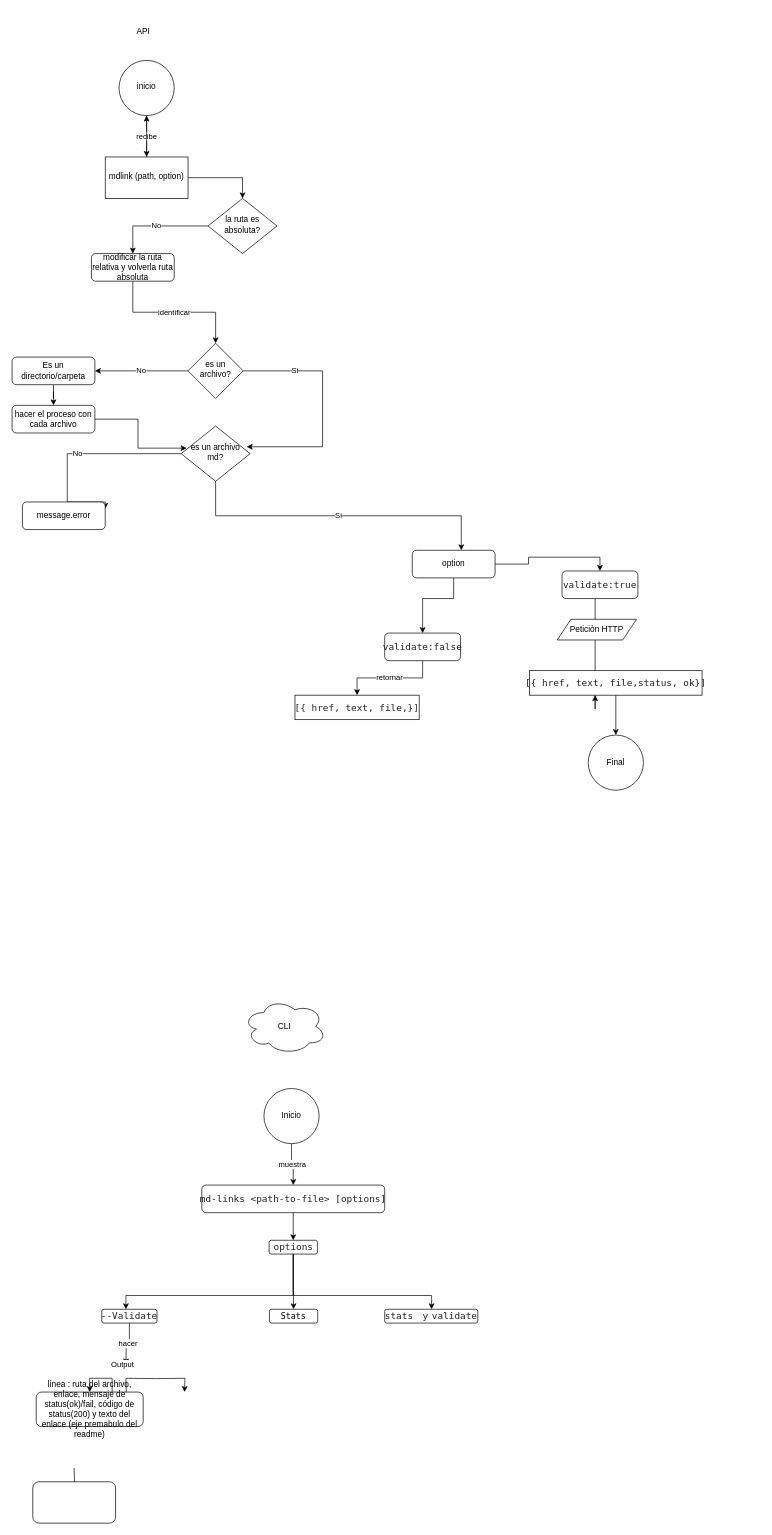
This is Diagrama sin título.drawio from Lady9696/DEV004-md-links, a draw.io file, before an edit. Source tidied: cells renumbered, new cells numbered last; positions are measured from the earlier drawing's top-left corner, leaving out a move shared by most shapes. Both pictures are drawn from the tidied source at 69%, with x=0, y=0 at pixel (12, 12).
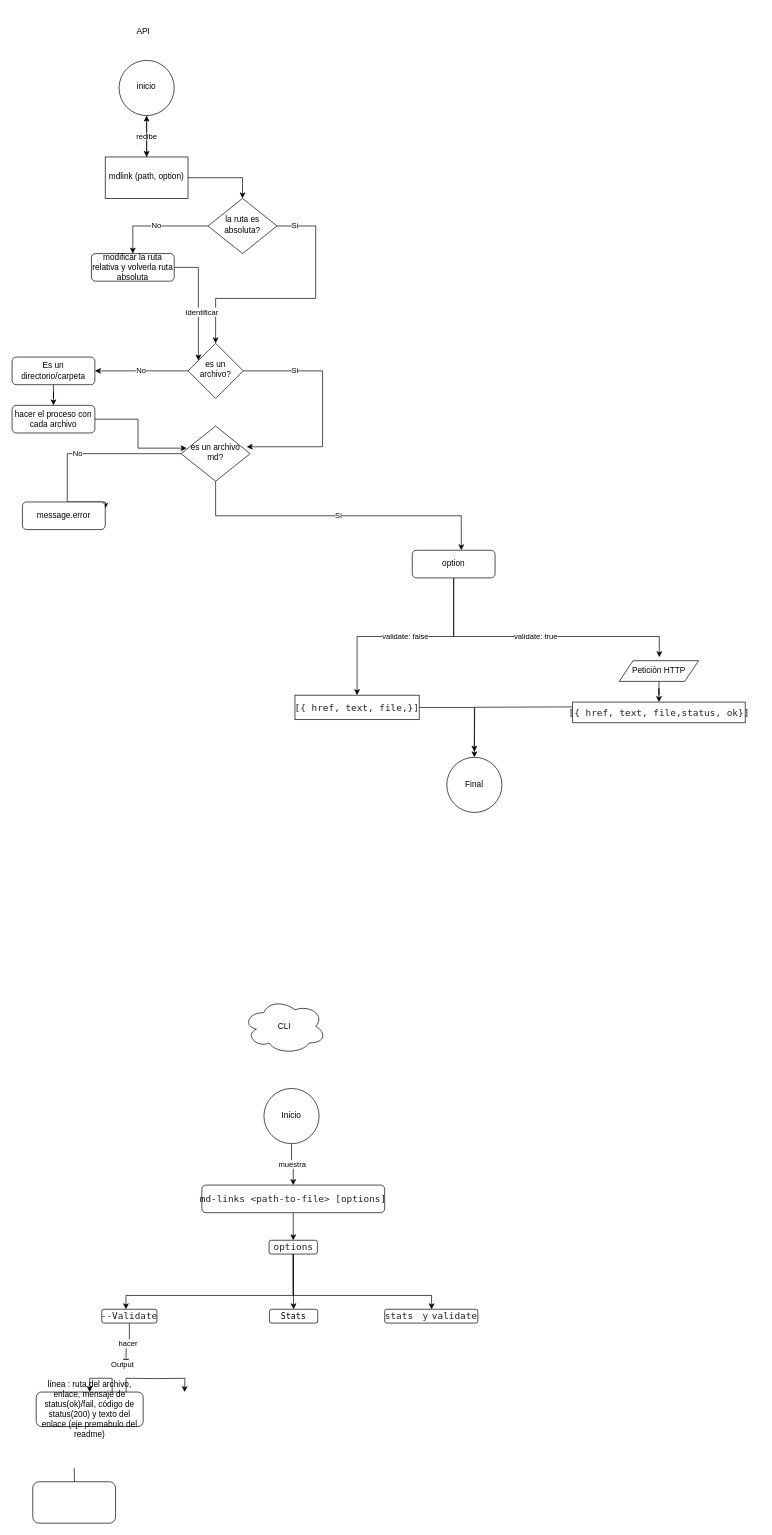
After the change.

Unchanged cells that the change refers to:
```xml
<mxCell id="7" value="la ruta es absoluta?" style="rhombus;whiteSpace=wrap;html=1;shadow=0;fontFamily=Helvetica;fontSize=12;align=center;strokeWidth=1;spacing=6;spacingTop=-4;" parent="1" vertex="1">
  <mxGeometry x="284" y="270" width="100" height="80" as="geometry" />
</mxCell>
<mxCell id="16" value="option" style="rounded=1;whiteSpace=wrap;html=1;fontSize=12;glass=0;strokeWidth=1;shadow=0;" parent="1" vertex="1">
  <mxGeometry x="580" y="780" width="120" height="40" as="geometry" />
</mxCell>
<mxCell id="23" value="es un archivo?" style="rhombus;whiteSpace=wrap;html=1;shadow=0;strokeWidth=1;spacing=6;spacingTop=-4;" parent="1" vertex="1">
  <mxGeometry x="255" y="480" width="80" height="80" as="geometry" />
</mxCell>
<mxCell id="28" value="modificar la ruta relativa y volverla ruta absoluta" style="rounded=1;whiteSpace=wrap;html=1;fontSize=12;glass=0;strokeWidth=1;shadow=0;" parent="1" vertex="1">
  <mxGeometry x="115" y="350" width="120" height="40" as="geometry" />
</mxCell>
<mxCell id="29" value="&lt;pre style=&quot;box-sizing: border-box; font-family: ui-monospace, SFMono-Regular, &amp;quot;SF Mono&amp;quot;, Menlo, Consolas, &amp;quot;Liberation Mono&amp;quot;, monospace; font-size: 13.6px; margin-top: 0px; margin-bottom: 0px; overflow-wrap: normal; padding: 16px; overflow: auto; line-height: 1.45; color: rgb(31, 35, 40); background-color: var(--color-canvas-subtle); border-radius: 6px; word-break: normal; text-align: start;&quot;&gt;[{ href, text, file,}]&lt;/pre&gt;" style="whiteSpace=wrap;html=1;" parent="1" vertex="1">
  <mxGeometry x="410" y="990" width="180" height="35.5" as="geometry" />
</mxCell>
```

The edit, as a diff of the source:
```diff
@@
+    <mxCell id="54" value="Si" style="edgeStyle=orthogonalEdgeStyle;rounded=0;jettySize=auto;html=1;entryX=0.5;entryY=0;entryDx=0;entryDy=0;" parent="1" edge="1" source="7" target="23">
+      <mxGeometry x="-0.86" relative="1" as="geometry">
+        <Array as="points">
+          <mxPoint x="440" y="310" />
+          <mxPoint x="440" y="415" />
+          <mxPoint x="295" y="415" />
+        </Array>
+      </mxGeometry>
+    </mxCell>
@@
-    <mxCell id="8" style="edgeStyle=orthogonalEdgeStyle;rounded=0;jettySize=auto;html=1;" parent="1" edge="1" source="9" target="31">
-      <mxGeometry relative="1" as="geometry">
-        <Array as="points">
-          <mxPoint x="845" y="1010" />
-          <mxPoint x="845" y="1010" />
-        </Array>
-      </mxGeometry>
-    </mxCell>
-    <mxCell id="9" value="&lt;pre style=&quot;box-sizing: border-box; font-family: ui-monospace, SFMono-Regular, &amp;quot;SF Mono&amp;quot;, Menlo, Consolas, &amp;quot;Liberation Mono&amp;quot;, monospace; font-size: 13.6px; margin-top: 0px; margin-bottom: 0px; overflow-wrap: normal; padding: 16px; overflow: auto; line-height: 1.45; color: rgb(31, 35, 40); background-color: var(--color-canvas-subtle); border-radius: 6px; word-break: normal;&quot;&gt;&lt;pre style=&quot;box-sizing: border-box; font-family: ui-monospace, SFMono-Regular, &amp;quot;SF Mono&amp;quot;, Menlo, Consolas, &amp;quot;Liberation Mono&amp;quot;, monospace; font-size: 13.6px; margin-top: 0px; margin-bottom: 0px; overflow-wrap: normal; padding: 16px; overflow: auto; line-height: 1.45; background-color: var(--color-canvas-subtle); border-radius: 6px; word-break: normal;&quot;&gt;validate:true&lt;/pre&gt;&lt;/pre&gt;" style="rounded=1;whiteSpace=wrap;html=1;fontSize=12;glass=0;strokeWidth=1;shadow=0;align=center;" parent="1" vertex="1">
-      <mxGeometry x="797" y="810" width="110" height="40" as="geometry" />
-    </mxCell>
@@
-    <mxCell id="12" value="retornar" style="edgeStyle=orthogonalEdgeStyle;rounded=0;jettySize=auto;html=1;entryX=0.5;entryY=0;entryDx=0;entryDy=0;" parent="1" edge="1" source="13" target="29">
-      <mxGeometry relative="1" as="geometry" />
-    </mxCell>
-    <mxCell id="13" value="&lt;pre style=&quot;box-sizing: border-box; font-family: ui-monospace, SFMono-Regular, &amp;quot;SF Mono&amp;quot;, Menlo, Consolas, &amp;quot;Liberation Mono&amp;quot;, monospace; font-size: 13.6px; margin-top: 0px; margin-bottom: 0px; overflow-wrap: normal; padding: 16px; overflow: auto; line-height: 1.45; color: rgb(31, 35, 40); background-color: var(--color-canvas-subtle); border-radius: 6px; word-break: normal;&quot;&gt;&lt;pre style=&quot;box-sizing: border-box; font-family: ui-monospace, SFMono-Regular, &amp;quot;SF Mono&amp;quot;, Menlo, Consolas, &amp;quot;Liberation Mono&amp;quot;, monospace; font-size: 13.6px; margin-top: 0px; margin-bottom: 0px; overflow-wrap: normal; padding: 16px; overflow: auto; line-height: 1.45; background-color: var(--color-canvas-subtle); border-radius: 6px; word-break: normal;&quot;&gt;validate:false&lt;/pre&gt;&lt;/pre&gt;" style="rounded=1;whiteSpace=wrap;html=1;fontSize=12;glass=0;strokeWidth=1;shadow=0;align=center;" parent="1" vertex="1">
-      <mxGeometry x="540" y="900" width="110" height="40" as="geometry" />
-    </mxCell>
-    <mxCell id="14" style="edgeStyle=orthogonalEdgeStyle;rounded=0;jettySize=auto;html=1;entryX=0.5;entryY=0;entryDx=0;entryDy=0;" parent="1" edge="1" source="16" target="9">
-      <mxGeometry relative="1" as="geometry" />
-    </mxCell>
-    <mxCell id="15" style="edgeStyle=orthogonalEdgeStyle;rounded=0;jettySize=auto;html=1;entryX=0.5;entryY=0;entryDx=0;entryDy=0;" parent="1" edge="1" source="16" target="13">
-      <mxGeometry relative="1" as="geometry">
-        <Array as="points">
-          <mxPoint x="640" y="850" />
-          <mxPoint x="595" y="850" />
-        </Array>
-      </mxGeometry>
-    </mxCell>
+    <mxCell id="55" value="validate: false" style="edgeStyle=orthogonalEdgeStyle;rounded=0;jettySize=auto;html=1;" parent="1" edge="1" source="16" target="29">
+      <mxGeometry relative="1" as="geometry" />
+    </mxCell>
+    <mxCell id="56" value="validate: true" style="edgeStyle=orthogonalEdgeStyle;rounded=0;orthogonalLoop=1;jettySize=auto;html=1;" parent="1" edge="1">
+      <mxGeometry relative="1" as="geometry">
+        <mxPoint x="640" y="815" as="sourcePoint" />
+        <mxPoint x="938" y="935" as="targetPoint" />
+        <Array as="points">
+          <mxPoint x="640" y="905" />
+          <mxPoint x="938" y="905" />
+        </Array>
+      </mxGeometry>
+    </mxCell>
@@
-    <mxCell id="17" value="identificar" style="edgeStyle=orthogonalEdgeStyle;rounded=0;jettySize=auto;html=1;exitX=0.5;exitY=1;exitDx=0;exitDy=0;" parent="1" edge="1" source="28" target="23">
-      <mxGeometry relative="1" as="geometry" />
-    </mxCell>
@@
+    <mxCell id="17" value="Identificar" style="edgeStyle=orthogonalEdgeStyle;rounded=0;jettySize=auto;html=1;" parent="1" edge="1" source="28" target="23">
+      <mxGeometry x="0.18" y="5" relative="1" as="geometry">
+        <Array as="points">
+          <mxPoint x="270" y="370" />
+        </Array>
+      </mxGeometry>
+    </mxCell>
@@
+    <mxCell id="57" style="edgeStyle=orthogonalEdgeStyle;rounded=0;jettySize=auto;html=1;entryX=0.5;entryY=0;entryDx=0;entryDy=0;" parent="1" edge="1" source="29" target="53">
+      <mxGeometry relative="1" as="geometry" />
+    </mxCell>
@@
-    <mxCell id="30" style="edgeStyle=orthogonalEdgeStyle;rounded=0;jettySize=auto;html=1;" parent="1" edge="1" source="31" target="53">
-      <mxGeometry relative="1" as="geometry" />
-    </mxCell>
+    <mxCell id="58" style="edgeStyle=orthogonalEdgeStyle;rounded=0;orthogonalLoop=1;jettySize=auto;html=1;" parent="1" edge="1">
+      <mxGeometry relative="1" as="geometry">
+        <mxPoint x="812.5" y="1007" as="sourcePoint" />
+        <mxPoint x="670" y="1072" as="targetPoint" />
+      </mxGeometry>
+    </mxCell>
     <mxCell id="31" value="&lt;pre style=&quot;box-sizing: border-box; font-family: ui-monospace, SFMono-Regular, &amp;quot;SF Mono&amp;quot;, Menlo, Consolas, &amp;quot;Liberation Mono&amp;quot;, monospace; font-size: 13.6px; margin-top: 0px; margin-bottom: 0px; overflow-wrap: normal; padding: 16px; overflow: auto; line-height: 1.45; color: rgb(31, 35, 40); background-color: var(--color-canvas-subtle); border-radius: 6px; word-break: normal; text-align: start;&quot;&gt;[{ href, text, file,status, ok}]&lt;/pre&gt;" style="whiteSpace=wrap;html=1;" parent="1" vertex="1">
-      <mxGeometry x="750" y="954.5" width="250" height="35.5" as="geometry" />
+      <mxGeometry x="812.5" y="1000" width="250" height="30" as="geometry" />
     </mxCell>
@@
+    <mxCell id="59" style="edgeStyle=orthogonalEdgeStyle;rounded=0;jettySize=auto;html=1;" parent="1" edge="1" source="52" target="31">
+      <mxGeometry relative="1" as="geometry" />
+    </mxCell>
     <mxCell id="52" value="Peticiòn HTTP" style="shape=parallelogram;perimeter=parallelogramPerimeter;whiteSpace=wrap;html=1;fixedSize=1;" parent="1" vertex="1">
-      <mxGeometry x="790" y="880" width="115" height="30" as="geometry" />
+      <mxGeometry x="880" y="940" width="115" height="30" as="geometry" />
     </mxCell>
     <mxCell id="53" value="Final" style="ellipse;whiteSpace=wrap;html=1;" parent="1" vertex="1">
-      <mxGeometry x="835" y="1047.8" width="80" height="80" as="geometry" />
+      <mxGeometry x="630" y="1080" width="80" height="80" as="geometry" />
     </mxCell>
```
